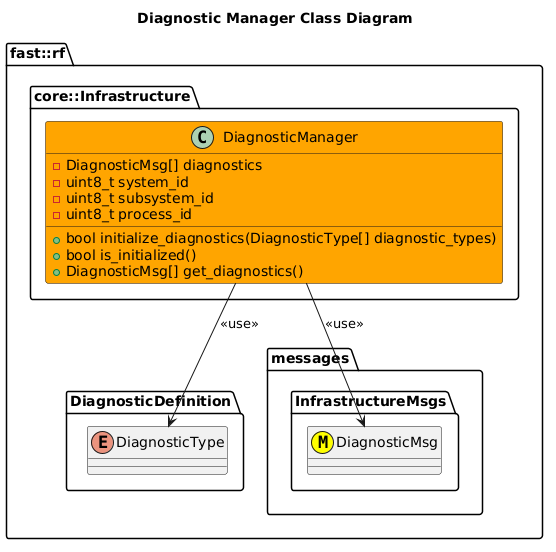
Earlier version of the PlantUML export include/Infrastructure/DiagnosticManager/doc/puml/DiagnosticManagerClassDiagram.png (fastrobotics/robot_framework). The source it was exported from:
```plantuml
@startuml
title Diagnostic Manager Class Diagram
namespace fast::rf {
    namespace DiagnosticDefinition {
        enum DiagnosticType
    }
    namespace messages {
        namespace InfrastructureMsgs {
            class DiagnosticMsg <<(M,#FFFF00)>>
        }
    }
    namespace core::Infrastructure {
        class DiagnosticManager #Orange {
            +bool initialize_diagnostics(DiagnosticType[] diagnostic_types)
            +bool is_initialized()
            +DiagnosticMsg[] get_diagnostics()
            -DiagnosticMsg[] diagnostics
            -uint8_t system_id
            -uint8_t subsystem_id
            -uint8_t process_id
        }
        DiagnosticManager --> DiagnosticMsg: <<use>>
        DiagnosticManager --> DiagnosticType: <<use>>
    }
}
@enduml
```
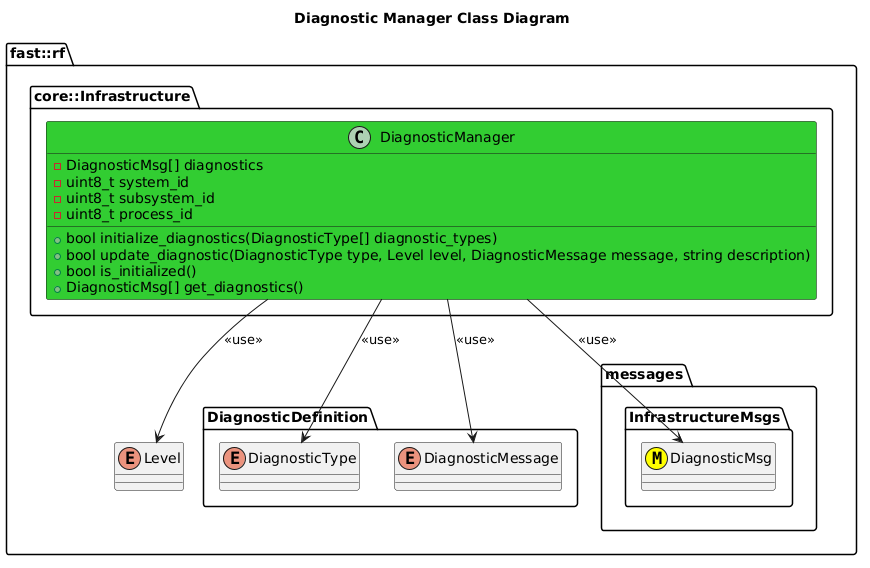
The same file after the commit.

Diff of the diagram source:
```diff
@@ -1,8 +1,10 @@
 @startuml
 title Diagnostic Manager Class Diagram
 namespace fast::rf {
+    enum Level
     namespace DiagnosticDefinition {
         enum DiagnosticType
+        enum DiagnosticMessage
     }
     namespace messages {
         namespace InfrastructureMsgs {
@@ -10,8 +12,9 @@
         }
     }
     namespace core::Infrastructure {
-        class DiagnosticManager #Orange {
+        class DiagnosticManager #LimeGreen {
             +bool initialize_diagnostics(DiagnosticType[] diagnostic_types)
+            +bool update_diagnostic(DiagnosticType type, Level level, DiagnosticMessage message, string description)
             +bool is_initialized()
             +DiagnosticMsg[] get_diagnostics()
             -DiagnosticMsg[] diagnostics
@@ -21,6 +24,8 @@
         }
         DiagnosticManager --> DiagnosticMsg: <<use>>
         DiagnosticManager --> DiagnosticType: <<use>>
+        DiagnosticManager --> DiagnosticMessage: <<use>>
+        DiagnosticManager --> Level: <<use>>
     }
 }
 @enduml
```
